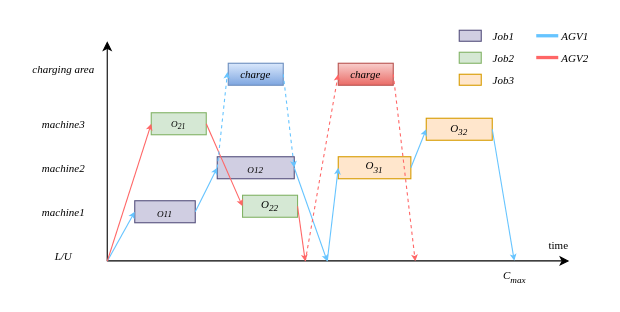
Earlier version of the draw.io diagram gante.drawio (aslongaslihappy/algorithm). Source tidied: cells renumbered, new cells numbered last; positions are measured from the earlier drawing's top-left corner, leaving out a move shared by most shapes. Both pictures are drawn from the tidied source at 110%, with x=0, y=0 at pixel (19, 19).
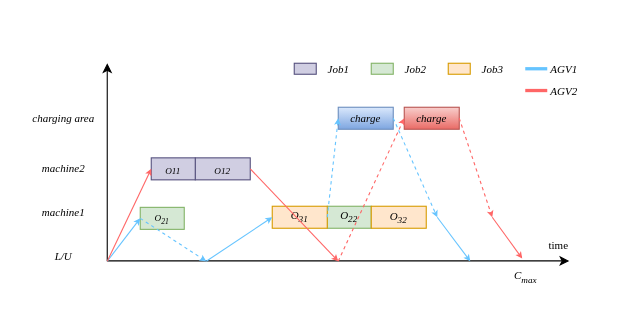
After the change.

What changed in the source:
```diff
@@
     <mxCell id="3" style="endArrow=classic;html=1;rounded=0;" parent="1" edge="1">
       <mxGeometry relative="1" as="geometry">
         <mxPoint x="80" y="220" as="sourcePoint" />
-        <mxPoint x="80" y="20" as="targetPoint" />
+        <mxPoint x="80" y="40" as="targetPoint" />
       </mxGeometry>
     </mxCell>
@@
-    <mxCell id="7" value="&lt;i style=&quot;font-family: &amp;quot;Times New Roman&amp;quot;; font-size: 10px;&quot;&gt;machine3&lt;/i&gt;" style="text;html=1;align=center;verticalAlign=middle;strokeColor=none;fillColor=none;" parent="1" vertex="1">
-      <mxGeometry x="10" y="80" width="60" height="30" as="geometry" />
-    </mxCell>
     <mxCell id="8" value="&lt;font face=&quot;Times New Roman&quot;&gt;&lt;span style=&quot;font-size: 10px;&quot;&gt;&lt;i&gt;charging area&lt;/i&gt;&lt;/span&gt;&lt;/font&gt;" style="text;html=1;align=center;verticalAlign=middle;strokeColor=none;fillColor=none;" parent="1" vertex="1">
-      <mxGeometry y="30" width="80" height="30" as="geometry" />
+      <mxGeometry y="75" width="80" height="30" as="geometry" />
     </mxCell>
     <mxCell id="9" value="&lt;span style=&quot;font-size: 8.33333px;&quot;&gt;O&lt;sub&gt;21&lt;/sub&gt;&lt;/span&gt;" style="rounded=0;whiteSpace=wrap;html=1;fontSize=10;fontStyle=2;fontFamily=Times New Roman;fillColor=#d5e8d4;strokeColor=#82b366;" parent="1" vertex="1">
-      <mxGeometry x="120" y="85" width="50" height="20" as="geometry" />
+      <mxGeometry x="110" y="171" width="40" height="20" as="geometry" />
     </mxCell>
     <mxCell id="10" value="&lt;sub&gt;&lt;span&gt;O&lt;/span&gt;12&lt;/sub&gt;" style="rounded=0;whiteSpace=wrap;html=1;fontSize=10;fontFamily=Times New Roman;fontStyle=2;fillColor=#d0cee2;strokeColor=#56517e;" parent="1" vertex="1">
-      <mxGeometry x="180" y="125" width="70" height="20" as="geometry" />
+      <mxGeometry x="160" y="126" width="50" height="20" as="geometry" />
     </mxCell>
     <mxCell id="11" value="O&lt;sub&gt;22&lt;/sub&gt;" style="rounded=0;whiteSpace=wrap;html=1;fontSize=10;fontStyle=2;fontFamily=Times New Roman;fillColor=#d5e8d4;strokeColor=#82b366;" parent="1" vertex="1">
-      <mxGeometry x="203" y="160" width="50" height="20" as="geometry" />
+      <mxGeometry x="280" y="170" width="40" height="20" as="geometry" />
     </mxCell>
     <mxCell id="12" value="&lt;font&gt;O&lt;sub&gt;31&lt;/sub&gt;&lt;/font&gt;" style="rounded=0;whiteSpace=wrap;html=1;fontFamily=Times New Roman;fillColor=#ffe6cc;strokeColor=#d79b00;fontStyle=2;fontSize=10;" parent="1" vertex="1">
-      <mxGeometry x="290" y="125" width="66" height="20" as="geometry" />
+      <mxGeometry x="230" y="170" width="50" height="20" as="geometry" />
     </mxCell>
     <mxCell id="13" value="charge" style="rounded=0;whiteSpace=wrap;html=1;fontFamily=Times New Roman;fontStyle=2;fontSize=10;fillColor=#f8cecc;strokeColor=#b85450;gradientColor=#ea6b66;" parent="1" vertex="1">
-      <mxGeometry x="290" y="40" width="50" height="20" as="geometry" />
+      <mxGeometry x="350" y="80" width="50" height="20" as="geometry" />
     </mxCell>
     <mxCell id="14" value="charge" style="rounded=0;whiteSpace=wrap;html=1;fontFamily=Times New Roman;fontStyle=2;fontSize=10;fillColor=#dae8fc;gradientColor=#7ea6e0;strokeColor=#6c8ebf;" parent="1" vertex="1">
-      <mxGeometry x="190" y="40" width="50" height="20" as="geometry" />
+      <mxGeometry x="290" y="80" width="50" height="20" as="geometry" />
     </mxCell>
     <mxCell id="15" value="&lt;font style=&quot;font-size: 10px;&quot;&gt;&lt;i&gt;O&lt;sub style=&quot;&quot;&gt;32&lt;/sub&gt;&lt;/i&gt;&lt;/font&gt;" style="rounded=0;whiteSpace=wrap;html=1;fontFamily=Times New Roman;fillColor=#ffe6cc;strokeColor=#d79b00;" parent="1" vertex="1">
-      <mxGeometry x="370" y="90" width="60" height="20" as="geometry" />
+      <mxGeometry x="320" y="170" width="50" height="20" as="geometry" />
     </mxCell>
     <mxCell id="16" value="&lt;span&gt;&lt;sub&gt;&lt;span&gt;O&lt;/span&gt;11&lt;/sub&gt;&lt;/span&gt;" style="rounded=0;whiteSpace=wrap;html=1;fontSize=10;fontFamily=Times New Roman;fontStyle=2;fillColor=#d0cee2;strokeColor=#56517e;" parent="1" vertex="1">
-      <mxGeometry x="105" y="165" width="55" height="20" as="geometry" />
+      <mxGeometry x="120" y="126" width="40" height="20" as="geometry" />
     </mxCell>
-    <mxCell id="17" style="endArrow=classic;html=1;rounded=0;entryX=0;entryY=0.5;entryDx=0;entryDy=0;strokeColor=light-dark(#66c4ff, #004a4a);endSize=3;" parent="1" edge="1" target="16">
+    <mxCell id="17" style="endArrow=classic;html=1;rounded=0;entryX=0;entryY=0.5;entryDx=0;entryDy=0;strokeColor=light-dark(#66c4ff, #004a4a);endSize=3;" parent="1" edge="1" target="9">
       <mxGeometry relative="1" as="geometry">
         <mxPoint x="80" y="220" as="sourcePoint" />
       </mxGeometry>
     </mxCell>
-    <mxCell id="18" style="endArrow=classic;html=1;rounded=0;entryX=0;entryY=0.5;entryDx=0;entryDy=0;strokeColor=light-dark(#66c4ff, #004a4a);exitX=1;exitY=0.5;exitDx=0;exitDy=0;jumpSize=6;endSize=3;" parent="1" edge="1" source="16" target="10">
-      <mxGeometry relative="1" as="geometry" />
-    </mxCell>
-    <mxCell id="19" style="endArrow=classic;html=1;rounded=0;entryX=0;entryY=0.5;entryDx=0;entryDy=0;strokeColor=#FF6666;endSize=3;fillColor=#fad9d5;" parent="1" edge="1" target="9">
-      <mxGeometry relative="1" as="geometry">
-        <mxPoint x="80" y="220" as="sourcePoint" />
-      </mxGeometry>
-    </mxCell>
-    <mxCell id="20" style="endArrow=classic;html=1;rounded=0;strokeColor=#FF6666;endSize=3;fillColor=#fad9d5;exitX=1;exitY=0.5;exitDx=0;exitDy=0;entryX=0;entryY=0.5;entryDx=0;entryDy=0;" parent="1" edge="1" source="9" target="11">
-      <mxGeometry relative="1" as="geometry" />
-    </mxCell>
-    <mxCell id="21" style="endArrow=classic;html=1;rounded=0;strokeColor=light-dark(#66c4ff, #004a4a);jumpSize=6;endSize=3;exitX=1;exitY=0.5;exitDx=0;exitDy=0;" parent="1" edge="1" source="10">
-      <mxGeometry relative="1" as="geometry">
-        <mxPoint x="280" y="220" as="targetPoint" />
-      </mxGeometry>
-    </mxCell>
-    <mxCell id="22" style="endArrow=classic;html=1;rounded=0;strokeColor=light-dark(#66c4ff, #004a4a);jumpSize=6;endSize=3;entryX=0;entryY=0.5;entryDx=0;entryDy=0;" parent="1" edge="1" target="12">
-      <mxGeometry relative="1" as="geometry">
-        <mxPoint x="280" y="220" as="sourcePoint" />
-      </mxGeometry>
-    </mxCell>
-    <mxCell id="23" style="endArrow=classic;html=1;rounded=0;strokeColor=#FF6666;endSize=3;fillColor=#fad9d5;exitX=1;exitY=0.5;exitDx=0;exitDy=0;" parent="1" edge="1" source="11">
-      <mxGeometry relative="1" as="geometry">
-        <mxPoint x="260" y="220" as="targetPoint" />
-      </mxGeometry>
-    </mxCell>
-    <mxCell id="24" style="endArrow=classic;html=1;rounded=0;strokeColor=light-dark(#66c4ff, #004a4a);jumpSize=6;endSize=3;entryX=-0.013;entryY=0.4;entryDx=0;entryDy=0;entryPerimeter=0;exitX=0;exitY=0.5;exitDx=0;exitDy=0;dashed=1;" parent="1" edge="1" source="10" target="14">
-      <mxGeometry relative="1" as="geometry" />
-    </mxCell>
-    <mxCell id="25" style="endArrow=classic;html=1;rounded=0;strokeColor=light-dark(#66c4ff, #004a4a);jumpSize=6;endSize=3;entryX=1;entryY=0.5;entryDx=0;entryDy=0;exitX=1;exitY=0.5;exitDx=0;exitDy=0;dashed=1;" parent="1" edge="1" source="14" target="10">
-      <mxGeometry relative="1" as="geometry" />
-    </mxCell>
-    <mxCell id="26" style="endArrow=classic;html=1;rounded=0;strokeColor=light-dark(#66c4ff, #004a4a);jumpSize=6;endSize=3;entryX=0;entryY=0.5;entryDx=0;entryDy=0;exitX=1;exitY=0.5;exitDx=0;exitDy=0;" parent="1" edge="1" source="12" target="15">
-      <mxGeometry relative="1" as="geometry" />
-    </mxCell>
-    <mxCell id="27" style="endArrow=classic;html=1;rounded=0;strokeColor=light-dark(#66c4ff, #004a4a);jumpSize=6;endSize=3;exitX=1;exitY=0.5;exitDx=0;exitDy=0;entryX=0.5;entryY=-0.018;entryDx=0;entryDy=0;entryPerimeter=0;" parent="1" edge="1" source="15" target="41">
-      <mxGeometry relative="1" as="geometry" />
+    <mxCell id="27" style="endArrow=classic;html=1;rounded=0;strokeColor=light-dark(#66c4ff, #004a4a);jumpSize=6;endSize=3;exitX=0;exitY=0.5;exitDx=0;exitDy=0;dashed=1;" parent="1" edge="1" source="9">
+      <mxGeometry relative="1" as="geometry">
+        <mxPoint x="170" y="220" as="targetPoint" />
+      </mxGeometry>
     </mxCell>
     <mxCell id="28" style="endArrow=classic;html=1;rounded=0;strokeColor=#FF6666;endSize=3;fillColor=#fad9d5;dashed=1;exitX=1;exitY=0.5;exitDx=0;exitDy=0;" parent="1" edge="1" source="13">
       <mxGeometry relative="1" as="geometry">
-        <mxPoint x="360" y="220" as="targetPoint" />
+        <mxPoint x="430" y="180" as="targetPoint" />
       </mxGeometry>
     </mxCell>
     <mxCell id="29" style="rounded=0;whiteSpace=wrap;html=1;fontSize=10;fontFamily=Times New Roman;fontStyle=2;fillColor=#d0cee2;strokeColor=#56517e;" parent="1" vertex="1">
-      <mxGeometry x="400" y="10" width="20" height="10" as="geometry" />
+      <mxGeometry x="250" y="40" width="20" height="10" as="geometry" />
     </mxCell>
     <mxCell id="30" style="rounded=0;whiteSpace=wrap;html=1;fontSize=10;fontStyle=2;fontFamily=Times New Roman;fillColor=#d5e8d4;strokeColor=#82b366;" parent="1" vertex="1">
-      <mxGeometry x="400" y="30" width="20" height="10" as="geometry" />
+      <mxGeometry x="320" y="40" width="20" height="10" as="geometry" />
     </mxCell>
     <mxCell id="31" style="rounded=0;whiteSpace=wrap;html=1;fontFamily=Times New Roman;fillColor=#ffe6cc;strokeColor=#d79b00;" parent="1" vertex="1">
-      <mxGeometry x="400" y="50" width="20" height="10" as="geometry" />
+      <mxGeometry x="390" y="40" width="20" height="10" as="geometry" />
     </mxCell>
     <mxCell id="32" style="endArrow=none;html=1;rounded=0;strokeColor=light-dark(#66c4ff, #004a4a);jumpSize=6;endSize=3;startFill=0;strokeWidth=3;" parent="1" edge="1">
       <mxGeometry relative="1" as="geometry">
-        <mxPoint x="470" y="15" as="sourcePoint" />
-        <mxPoint x="490" y="15" as="targetPoint" />
+        <mxPoint x="460" y="45" as="sourcePoint" />
+        <mxPoint x="480" y="45" as="targetPoint" />
       </mxGeometry>
     </mxCell>
     <mxCell id="33" style="endArrow=none;html=1;rounded=0;strokeColor=#FF6666;endSize=3;fillColor=#fad9d5;exitX=1;exitY=0.5;exitDx=0;exitDy=0;strokeWidth=3;startFill=0;" parent="1" edge="1">
       <mxGeometry relative="1" as="geometry">
-        <mxPoint x="470" y="34.8" as="sourcePoint" />
-        <mxPoint x="490" y="34.8" as="targetPoint" />
+        <mxPoint x="460" y="64.8" as="sourcePoint" />
+        <mxPoint x="480" y="64.8" as="targetPoint" />
       </mxGeometry>
     </mxCell>
     <mxCell id="34" value="AGV1" style="text;html=1;align=center;verticalAlign=middle;strokeColor=none;fillColor=none;fontSize=10;fontFamily=Times New Roman;fontStyle=2;" parent="1" vertex="1">
-      <mxGeometry x="480" width="50" height="30" as="geometry" />
+      <mxGeometry x="470" y="30" width="50" height="30" as="geometry" />
     </mxCell>
     <mxCell id="35" value="AGV2" style="text;html=1;align=center;verticalAlign=middle;strokeColor=none;fillColor=none;fontSize=10;fontFamily=Times New Roman;fontStyle=2;" parent="1" vertex="1">
-      <mxGeometry x="480" y="20" width="50" height="30" as="geometry" />
+      <mxGeometry x="470" y="50" width="50" height="30" as="geometry" />
     </mxCell>
     <mxCell id="36" value="Job1" style="text;html=1;align=center;verticalAlign=middle;strokeColor=none;fillColor=none;fontSize=10;fontFamily=Times New Roman;fontStyle=2;" parent="1" vertex="1">
-      <mxGeometry x="420" width="40" height="30" as="geometry" />
+      <mxGeometry x="270" y="30" width="40" height="30" as="geometry" />
     </mxCell>
     <mxCell id="37" value="Job2" style="text;html=1;align=center;verticalAlign=middle;strokeColor=none;fillColor=none;fontSize=10;fontFamily=Times New Roman;fontStyle=2;" parent="1" vertex="1">
-      <mxGeometry x="420" y="20" width="40" height="30" as="geometry" />
+      <mxGeometry x="340" y="30" width="40" height="30" as="geometry" />
     </mxCell>
     <mxCell id="38" value="Job3" style="text;html=1;align=center;verticalAlign=middle;strokeColor=none;fillColor=none;fontSize=10;fontFamily=Times New Roman;fontStyle=2;" parent="1" vertex="1">
-      <mxGeometry x="420" y="40" width="40" height="30" as="geometry" />
+      <mxGeometry x="410" y="30" width="40" height="30" as="geometry" />
     </mxCell>
     <mxCell id="39" style="endArrow=classic;html=1;rounded=0;strokeColor=#FF6666;endSize=3;fillColor=#fad9d5;entryX=0;entryY=0.5;entryDx=0;entryDy=0;dashed=1;" parent="1" edge="1" target="13">
       <mxGeometry relative="1" as="geometry">
-        <mxPoint x="260" y="220" as="sourcePoint" />
+        <mxPoint x="290" y="220" as="sourcePoint" />
       </mxGeometry>
     </mxCell>
@@
     <mxCell id="41" value="C&lt;sub&gt;max&lt;/sub&gt;" style="text;html=1;align=center;verticalAlign=middle;points=[];strokeColor=none;fillColor=none;fontSize=10;fontFamily=Times New Roman;fontStyle=2;" parent="1" vertex="1">
-      <mxGeometry x="430" y="220" width="40" height="30" as="geometry" />
+      <mxGeometry x="440" y="220" width="40" height="30" as="geometry" />
     </mxCell>
+    <mxCell id="42" style="endArrow=classic;html=1;rounded=0;strokeColor=#FF6666;endSize=3;fillColor=#fad9d5;entryX=0;entryY=0.5;entryDx=0;entryDy=0;" parent="1" edge="1" target="16">
+      <mxGeometry relative="1" as="geometry">
+        <mxPoint x="80" y="220" as="sourcePoint" />
+      </mxGeometry>
+    </mxCell>
+    <mxCell id="43" style="endArrow=classic;html=1;rounded=0;strokeColor=#FF6666;endSize=3;fillColor=#fad9d5;exitX=1;exitY=0.5;exitDx=0;exitDy=0;" parent="1" edge="1" source="10">
+      <mxGeometry relative="1" as="geometry">
+        <mxPoint x="290" y="220" as="targetPoint" />
+      </mxGeometry>
+    </mxCell>
+    <mxCell id="44" style="endArrow=classic;html=1;rounded=0;strokeColor=light-dark(#66c4ff, #004a4a);jumpSize=6;endSize=3;entryX=0;entryY=0.5;entryDx=0;entryDy=0;" parent="1" edge="1" target="12">
+      <mxGeometry relative="1" as="geometry">
+        <mxPoint x="170" y="220" as="sourcePoint" />
+      </mxGeometry>
+    </mxCell>
+    <mxCell id="45" style="endArrow=classic;html=1;rounded=0;strokeColor=light-dark(#66c4ff, #004a4a);jumpSize=6;endSize=3;entryX=0;entryY=0.5;entryDx=0;entryDy=0;exitX=1;exitY=0.5;exitDx=0;exitDy=0;dashed=1;" parent="1" edge="1" source="12" target="14">
+      <mxGeometry relative="1" as="geometry" />
+    </mxCell>
+    <mxCell id="46" style="endArrow=classic;html=1;rounded=0;strokeColor=light-dark(#66c4ff, #004a4a);jumpSize=6;endSize=3;exitX=1;exitY=0.5;exitDx=0;exitDy=0;dashed=1;" parent="1" edge="1" source="14">
+      <mxGeometry relative="1" as="geometry">
+        <mxPoint x="380" y="180" as="targetPoint" />
+      </mxGeometry>
+    </mxCell>
+    <mxCell id="47" style="endArrow=classic;html=1;rounded=0;strokeColor=light-dark(#66c4ff, #004a4a);jumpSize=6;endSize=3;" parent="1" edge="1">
+      <mxGeometry relative="1" as="geometry">
+        <mxPoint x="380" y="180" as="sourcePoint" />
+        <mxPoint x="410" y="220" as="targetPoint" />
+      </mxGeometry>
+    </mxCell>
+    <mxCell id="48" style="endArrow=classic;html=1;rounded=0;strokeColor=#FF6666;endSize=3;fillColor=#fad9d5;entryX=0.431;entryY=-0.084;entryDx=0;entryDy=0;entryPerimeter=0;" parent="1" edge="1" target="41">
+      <mxGeometry relative="1" as="geometry">
+        <mxPoint x="430" y="180" as="sourcePoint" />
+      </mxGeometry>
+    </mxCell>
```
